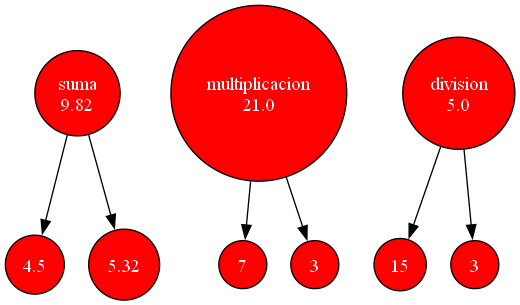
Earlier version of the Graphviz export GraficaArbol.png (Javier-201906795/LFP_S2_2023_Proyecto1_201906795). Its source is kept beside it as GraficaArbol.dot.
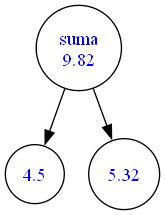
After the change.

What changed in the source:
```diff
@@ -1,21 +1,9 @@
 digraph Grafica {
-	node [fillcolor=red fontcolor=white shape=circle style=filled]
+	node [fillcolor=white fontcolor=blue shape=circle style=filled]
 	x1 [label=4.5]
 	x2 [label=5.32]
 	x3 [label="suma
 9.82"]
 	x3 -> x2
 	x3 -> x1
-	x4 [label=7]
-	x5 [label=3]
-	x6 [label="multiplicacion
-21.0"]
-	x6 -> x5
-	x6 -> x4
-	x7 [label=15]
-	x8 [label=3]
-	x9 [label="division
-5.0"]
-	x9 -> x8
-	x9 -> x7
 }
```
